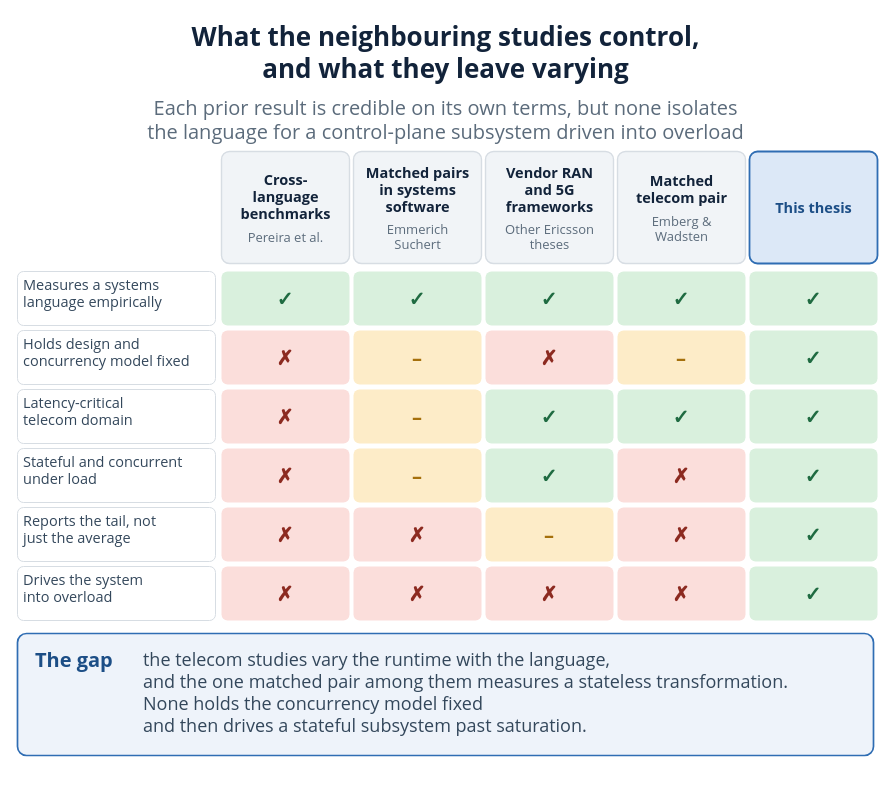
Earlier version of the draw.io diagram diagrams/29_research_gap.drawio (VienThanh12/Master-Thesis). Source tidied: cells renumbered, new cells numbered last; positions are measured from the earlier drawing's top-left corner, leaving out a move shared by most shapes. Both pictures are drawn from the tidied source at 100%, with x=0, y=0 at pixel (17, 16).
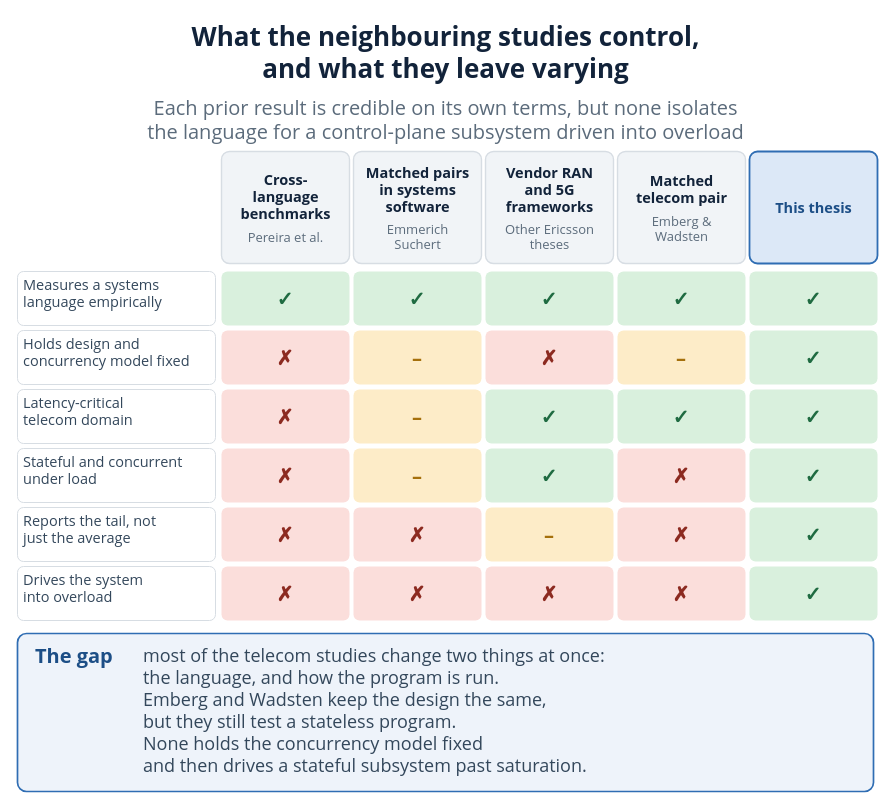
The same page after the edit.

Commit message (it also covers changes not shown here):
Update research gap diagram to distinguish language/runtime confound and Emberg/Wadsten stateless limitation; regenerate SVG/PDF

What changed in the source:
```diff
@@
     <mxCell id="66" style="rounded=1;whiteSpace=wrap;html=1;absoluteArcSize=1;arcSize=18;fillColor=#eef3fa;strokeColor=#2f6db3;strokeWidth=1.7;" parent="1" vertex="1">
-      <mxGeometry y="617" width="856" height="122" as="geometry" />
+      <mxGeometry y="617" width="856" height="158" as="geometry" />
     </mxCell>
     <mxCell id="67" value="The gap" style="text;html=1;strokeColor=none;fillColor=none;whiteSpace=nowrap;align=left;verticalAlign=middle;fontSize=20;fontColor=#1c4e86;fontFamily=Segoe UI;fontStyle=1;" parent="1" vertex="1">
-      <mxGeometry x="16" y="628" width="76.3" height="30" as="geometry" />
+      <mxGeometry x="16" y="624" width="76.3" height="30" as="geometry" />
     </mxCell>
-    <mxCell id="68" value="the telecom studies vary the runtime with the language," style="text;html=1;strokeColor=none;fillColor=none;whiteSpace=nowrap;align=left;verticalAlign=middle;fontSize=18;fontColor=#33475b;fontFamily=Segoe UI;" parent="1" vertex="1">
-      <mxGeometry x="124" y="629.9" width="539.5" height="27" as="geometry" />
+    <mxCell id="68" value="most of the telecom studies change two things at once:" style="text;html=1;strokeColor=none;fillColor=none;whiteSpace=nowrap;align=left;verticalAlign=middle;fontSize=18;fontColor=#33475b;fontFamily=Segoe UI;" parent="1" vertex="1">
+      <mxGeometry x="124" y="625.9" width="529.7" height="27" as="geometry" />
     </mxCell>
-    <mxCell id="69" value="and the one matched pair among them measures a stateless transformation." style="text;html=1;strokeColor=none;fillColor=none;whiteSpace=nowrap;align=left;verticalAlign=middle;fontSize=18;fontColor=#33475b;fontFamily=Segoe UI;" parent="1" vertex="1">
-      <mxGeometry x="124" y="651.9" width="706.3" height="27" as="geometry" />
+    <mxCell id="69" value="the language, and how the program is run." style="text;html=1;strokeColor=none;fillColor=none;whiteSpace=nowrap;align=left;verticalAlign=middle;fontSize=18;fontColor=#33475b;fontFamily=Segoe UI;" parent="1" vertex="1">
+      <mxGeometry x="124" y="647.9" width="402.2" height="27" as="geometry" />
     </mxCell>
-    <mxCell id="70" value="None holds the concurrency model fixed" style="text;html=1;strokeColor=none;fillColor=none;whiteSpace=nowrap;align=left;verticalAlign=middle;fontSize=18;fontColor=#33475b;fontFamily=Segoe UI;" parent="1" vertex="1">
-      <mxGeometry x="124" y="673.9" width="372.8" height="27" as="geometry" />
+    <mxCell id="70" value="Emberg and Wadsten keep the design the same," style="text;html=1;strokeColor=none;fillColor=none;whiteSpace=nowrap;align=left;verticalAlign=middle;fontSize=18;fontColor=#33475b;fontFamily=Segoe UI;" parent="1" vertex="1">
+      <mxGeometry x="124" y="669.9" width="431.6" height="27" as="geometry" />
     </mxCell>
-    <mxCell id="71" value="and then drives a stateful subsystem past saturation." style="text;html=1;strokeColor=none;fillColor=none;whiteSpace=nowrap;align=left;verticalAlign=middle;fontSize=18;fontColor=#33475b;fontFamily=Segoe UI;" parent="1" vertex="1">
-      <mxGeometry x="124" y="695.9" width="519.9" height="27" as="geometry" />
+    <mxCell id="71" value="but they still test a stateless program." style="text;html=1;strokeColor=none;fillColor=none;whiteSpace=nowrap;align=left;verticalAlign=middle;fontSize=18;fontColor=#33475b;fontFamily=Segoe UI;" parent="1" vertex="1">
+      <mxGeometry x="124" y="691.9" width="392.4" height="27" as="geometry" />
     </mxCell>
+    <mxCell id="72" value="None holds the concurrency model fixed" style="text;html=1;strokeColor=none;fillColor=none;whiteSpace=nowrap;align=left;verticalAlign=middle;fontSize=18;fontColor=#33475b;fontFamily=Segoe UI;" parent="1" vertex="1">
+      <mxGeometry x="124" y="713.9" width="372.8" height="27" as="geometry" />
+    </mxCell>
+    <mxCell id="73" value="and then drives a stateful subsystem past saturation." style="text;html=1;strokeColor=none;fillColor=none;whiteSpace=nowrap;align=left;verticalAlign=middle;fontSize=18;fontColor=#33475b;fontFamily=Segoe UI;" parent="1" vertex="1">
+      <mxGeometry x="124" y="735.9" width="519.9" height="27" as="geometry" />
+    </mxCell>
```
